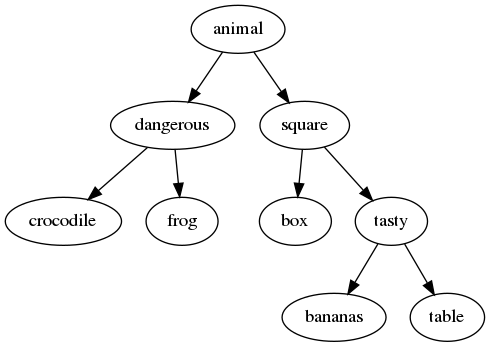
Earlier version of the Graphviz export akinator/tree.png (alextroegubov/Technotrack-C-course). Its source is kept beside it as akinator/tree.dot.
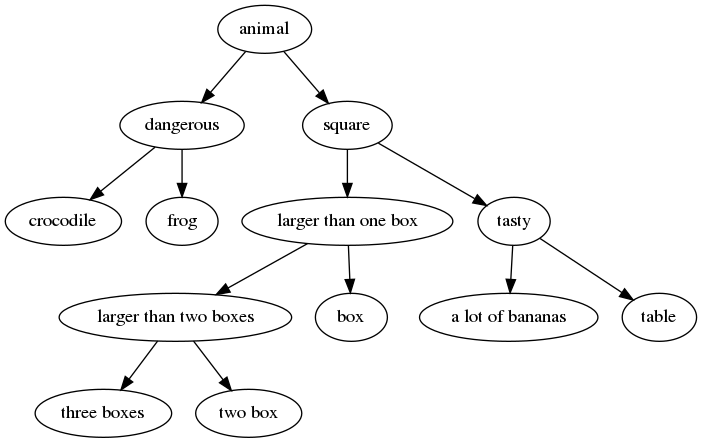
After the change.

The edit, as a diff of the source:
```diff
@@ -1,20 +1,28 @@
 digraph G {
-94030737728848[label = crocodile]
-94030737728768[label = dangerous]
-94030737728768->94030737728848;
-94030737728768->94030737728928;
-94030737728928[label = frog]
-94030737728688[label = animal]
-94030737728688->94030737728768;
-94030737728688->94030737729008;
-94030737729088[label = box]
-94030737729008[label = square]
-94030737729008->94030737729088;
-94030737729008->94030737731328;
-94030737731408[label = bananas]
-94030737731328[label = tasty]
-94030737731328->94030737731408;
-94030737731328->94030737729168;
-94030737729168[label = table]
+94616415032656[label = "crocodile"]
+94616415032576[label = "dangerous"]
+94616415032576->94616415032656;
+94616415032576->94616415032736;
+94616415032736[label = "frog"]
+94616415032496[label = "animal"]
+94616415032496->94616415032576;
+94616415032496->94616415032816;
+94616415033056[label = "three boxes"]
+94616415032976[label = "larger than two boxes"]
+94616415032976->94616415033056;
+94616415032976->94616415033136;
+94616415033136[label = "two box"]
+94616415032896[label = "larger than one box"]
+94616415032896->94616415032976;
+94616415032896->94616415033216;
+94616415033216[label = "box"]
+94616415032816[label = "square"]
+94616415032816->94616415032896;
+94616415032816->94616415033296;
+94616415033376[label = "a lot of bananas"]
+94616415033296[label = "tasty"]
+94616415033296->94616415033376;
+94616415033296->94616415033456;
+94616415033456[label = "table"]
 
 }
```
